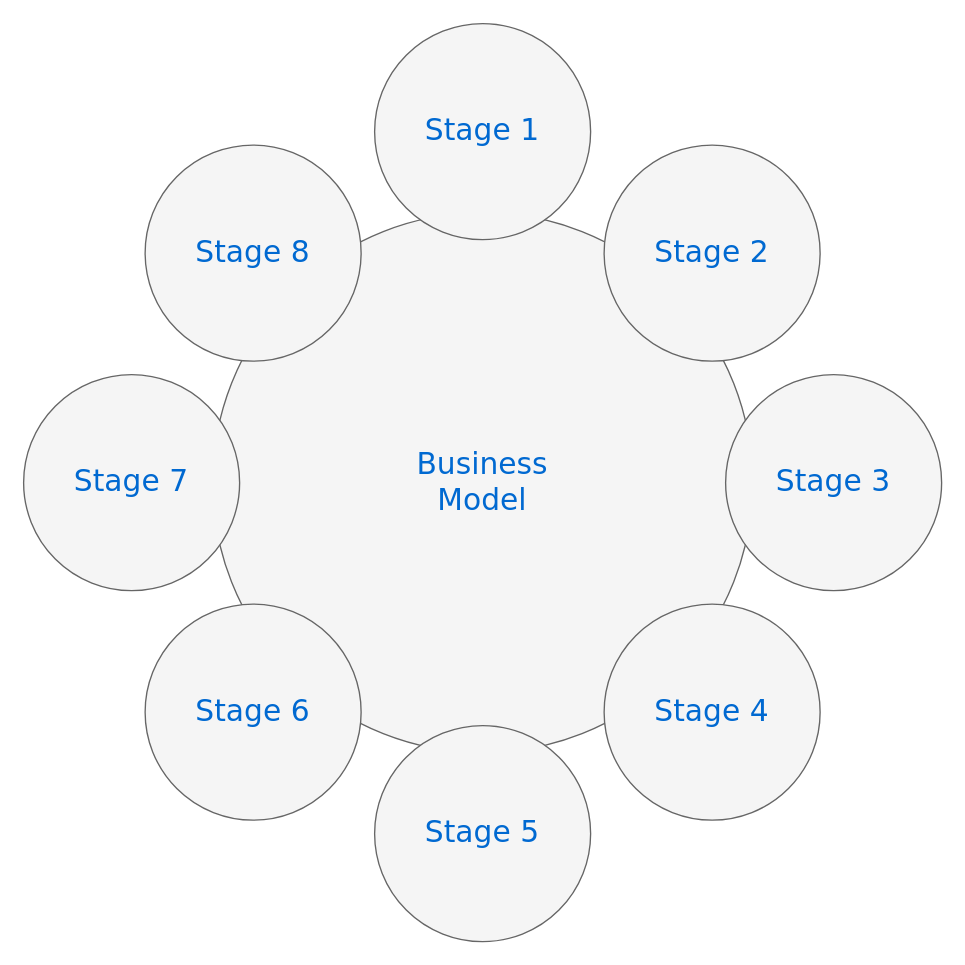
Above: Diagrama sin título.drawio in manuelaag99/DRAWioFILES (draw.io), before the change. Source tidied: cells renumbered, new cells numbered last; positions are measured from the earlier drawing's top-left corner, leaving out a move shared by most shapes. Both pictures are drawn from the tidied source at 135%, with x=0, y=0 at pixel (23, 23).
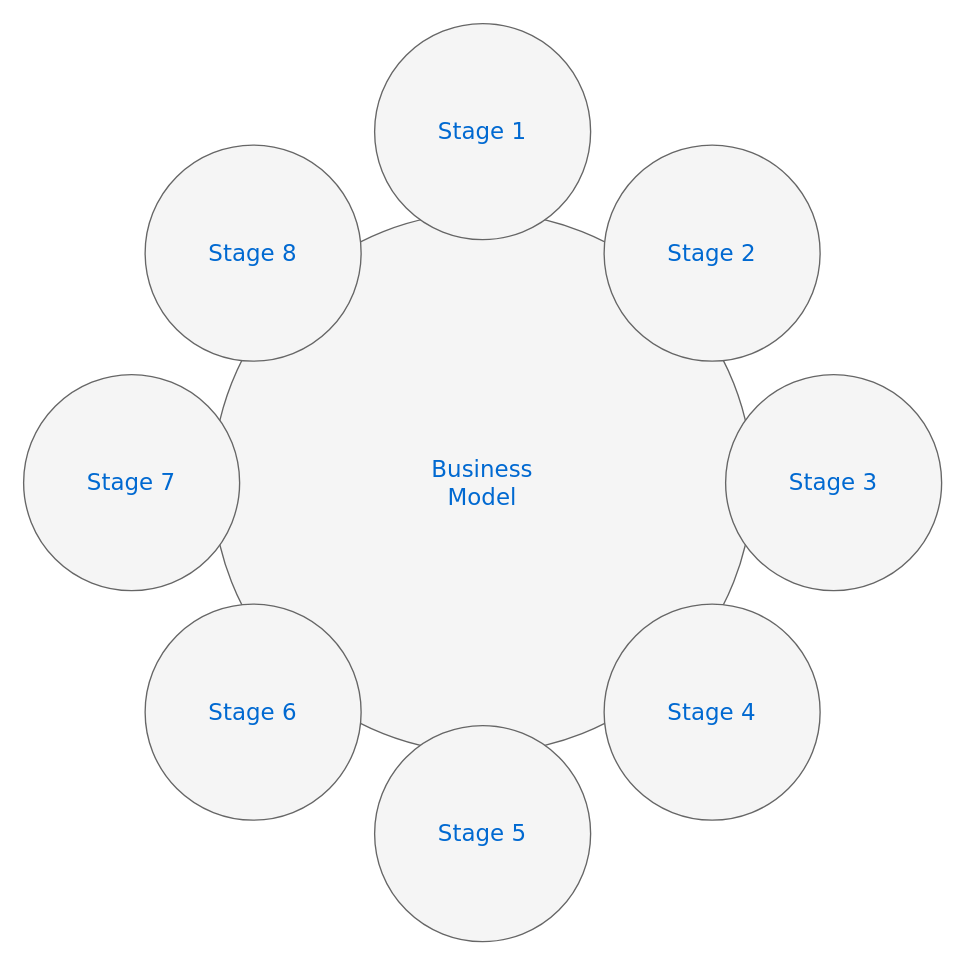
The same diagram, later.

What changed in the source:
```diff
@@
 <mxGraphModel>
   <root>
     <mxCell id="0" />
     <mxCell id="1" parent="0" />
-    <mxCell id="2" value="Business&lt;div&gt;Model&lt;/div&gt;" style="ellipse;whiteSpace=wrap;html=1;rounded=0;shadow=0;dashed=0;comic=0;fontFamily=Verdana;fontSize=22;fontColor=#0069D1;fillColor=#f5f5f5;strokeColor=#666666;" parent="1" vertex="1">
+    <mxCell id="2" value="Business&lt;div style=&quot;font-size: 17px;&quot;&gt;Model&lt;/div&gt;" style="ellipse;whiteSpace=wrap;html=1;rounded=0;shadow=0;dashed=0;comic=0;fontFamily=Verdana;fontSize=17;fontColor=#0069D1;fillColor=#f5f5f5;strokeColor=#666666;" parent="1" vertex="1">
       <mxGeometry x="140" y="140" width="400" height="400" as="geometry" />
     </mxCell>
-    <mxCell id="3" value="Stage 1" style="ellipse;whiteSpace=wrap;html=1;rounded=0;shadow=0;dashed=0;comic=0;fontFamily=Verdana;fontSize=22;fontColor=#0069D1;fillColor=#f5f5f5;strokeColor=#666666;" parent="1" vertex="1">
+    <mxCell id="3" value="Stage 1" style="ellipse;whiteSpace=wrap;html=1;rounded=0;shadow=0;dashed=0;comic=0;fontFamily=Verdana;fontSize=17;fontColor=#0069D1;fillColor=#f5f5f5;strokeColor=#666666;" parent="1" vertex="1">
       <mxGeometry x="260" width="160" height="160" as="geometry" />
     </mxCell>
-    <mxCell id="4" value="Stage 5" style="ellipse;whiteSpace=wrap;html=1;rounded=0;shadow=0;dashed=0;comic=0;fontFamily=Verdana;fontSize=22;fontColor=#0069D1;fillColor=#f5f5f5;strokeColor=#666666;" parent="1" vertex="1">
+    <mxCell id="4" value="Stage 5" style="ellipse;whiteSpace=wrap;html=1;rounded=0;shadow=0;dashed=0;comic=0;fontFamily=Verdana;fontSize=17;fontColor=#0069D1;fillColor=#f5f5f5;strokeColor=#666666;" parent="1" vertex="1">
       <mxGeometry x="260" y="520" width="160" height="160" as="geometry" />
     </mxCell>
-    <mxCell id="5" value="Stage 3" style="ellipse;whiteSpace=wrap;html=1;rounded=0;shadow=0;dashed=0;comic=0;fontFamily=Verdana;fontSize=22;fontColor=#0069D1;fillColor=#f5f5f5;strokeColor=#666666;" parent="1" vertex="1">
+    <mxCell id="5" value="Stage 3" style="ellipse;whiteSpace=wrap;html=1;rounded=0;shadow=0;dashed=0;comic=0;fontFamily=Verdana;fontSize=17;fontColor=#0069D1;fillColor=#f5f5f5;strokeColor=#666666;" parent="1" vertex="1">
       <mxGeometry x="520" y="260" width="160" height="160" as="geometry" />
     </mxCell>
-    <mxCell id="6" value="Stage 7" style="ellipse;whiteSpace=wrap;html=1;rounded=0;shadow=0;dashed=0;comic=0;fontFamily=Verdana;fontSize=22;fontColor=#0069D1;fillColor=#f5f5f5;strokeColor=#666666;" parent="1" vertex="1">
+    <mxCell id="6" value="Stage 7" style="ellipse;whiteSpace=wrap;html=1;rounded=0;shadow=0;dashed=0;comic=0;fontFamily=Verdana;fontSize=17;fontColor=#0069D1;fillColor=#f5f5f5;strokeColor=#666666;" parent="1" vertex="1">
       <mxGeometry y="260" width="160" height="160" as="geometry" />
     </mxCell>
-    <mxCell id="7" value="Stage 8" style="ellipse;whiteSpace=wrap;html=1;rounded=0;shadow=0;dashed=0;comic=0;fontFamily=Verdana;fontSize=22;fontColor=#0069D1;fillColor=#f5f5f5;strokeColor=#666666;" parent="1" vertex="1">
+    <mxCell id="7" value="Stage 8" style="ellipse;whiteSpace=wrap;html=1;rounded=0;shadow=0;dashed=0;comic=0;fontFamily=Verdana;fontSize=17;fontColor=#0069D1;fillColor=#f5f5f5;strokeColor=#666666;" parent="1" vertex="1">
       <mxGeometry x="90" y="90" width="160" height="160" as="geometry" />
     </mxCell>
-    <mxCell id="8" value="Stage 2" style="ellipse;whiteSpace=wrap;html=1;rounded=0;shadow=0;dashed=0;comic=0;fontFamily=Verdana;fontSize=22;fontColor=#0069D1;fillColor=#f5f5f5;strokeColor=#666666;" parent="1" vertex="1">
+    <mxCell id="8" value="Stage 2" style="ellipse;whiteSpace=wrap;html=1;rounded=0;shadow=0;dashed=0;comic=0;fontFamily=Verdana;fontSize=17;fontColor=#0069D1;fillColor=#f5f5f5;strokeColor=#666666;" parent="1" vertex="1">
       <mxGeometry x="430" y="90" width="160" height="160" as="geometry" />
     </mxCell>
-    <mxCell id="9" value="Stage 4" style="ellipse;whiteSpace=wrap;html=1;rounded=0;shadow=0;dashed=0;comic=0;fontFamily=Verdana;fontSize=22;fontColor=#0069D1;fillColor=#f5f5f5;strokeColor=#666666;" parent="1" vertex="1">
+    <mxCell id="9" value="Stage 4" style="ellipse;whiteSpace=wrap;html=1;rounded=0;shadow=0;dashed=0;comic=0;fontFamily=Verdana;fontSize=17;fontColor=#0069D1;fillColor=#f5f5f5;strokeColor=#666666;" parent="1" vertex="1">
       <mxGeometry x="430" y="430" width="160" height="160" as="geometry" />
     </mxCell>
-    <mxCell id="10" value="Stage 6" style="ellipse;whiteSpace=wrap;html=1;rounded=0;shadow=0;dashed=0;comic=0;fontFamily=Verdana;fontSize=22;fontColor=#0069D1;fillColor=#f5f5f5;strokeColor=#666666;" parent="1" vertex="1">
+    <mxCell id="10" value="Stage 6" style="ellipse;whiteSpace=wrap;html=1;rounded=0;shadow=0;dashed=0;comic=0;fontFamily=Verdana;fontSize=17;fontColor=#0069D1;fillColor=#f5f5f5;strokeColor=#666666;" parent="1" vertex="1">
       <mxGeometry x="90" y="430" width="160" height="160" as="geometry" />
     </mxCell>
   </root>
 </mxGraphModel>
```
